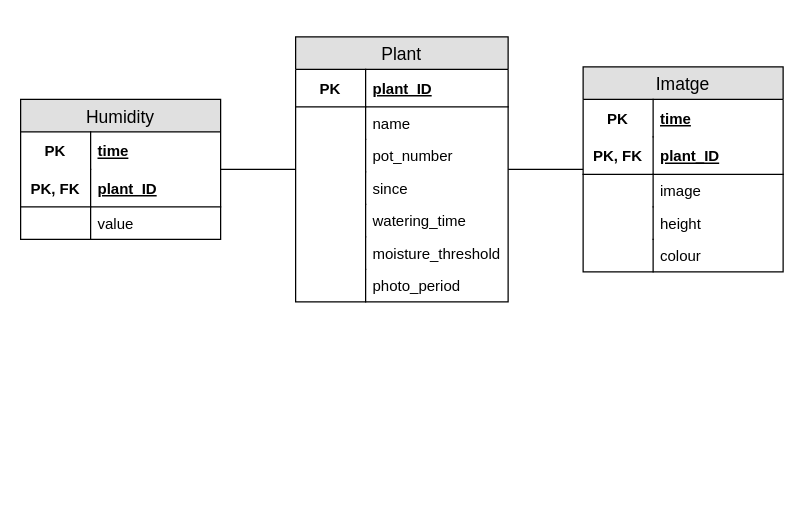
This is Diagrams/DB_ModelRelacional_v2.drawio from gerardPlanella/WeePlant, a draw.io file, before an edit. Source tidied: cells renumbered, new cells numbered last; positions are measured from the earlier drawing's top-left corner, leaving out a move shared by most shapes. Both pictures are drawn from the tidied source at 125%, with x=0, y=0 at pixel (20, 36).
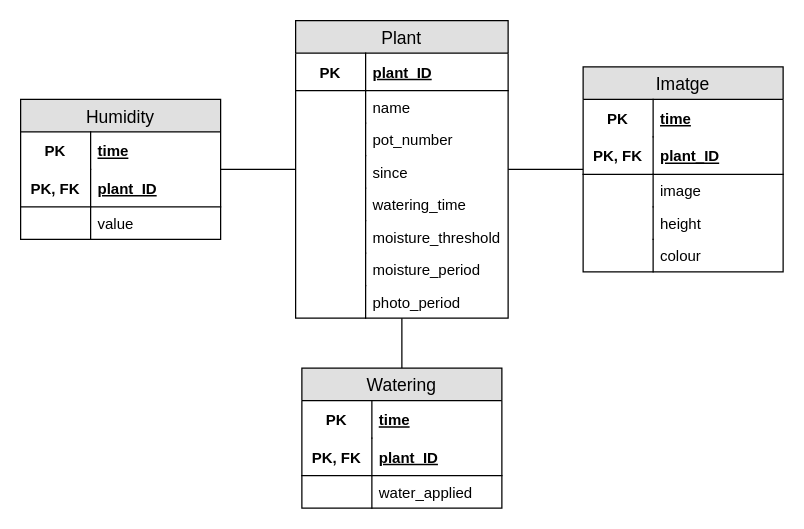
Above is the later version.

Diff of the diagram source:
```diff
@@
     <mxCell id="22" value="Plant" style="swimlane;fontStyle=0;horizontal=1;startSize=26;fillColor=#e0e0e0;swimlaneFillColor=#ffffff;align=center;fontSize=14;" parent="1" vertex="1">
-      <mxGeometry x="220" width="170" height="212" as="geometry" />
+      <mxGeometry x="220" y="-13" width="170" height="238" as="geometry" />
     </mxCell>
@@
+    <mxCell id="37" value="moisture_period" style="shape=partialRectangle;top=0;left=0;right=0;bottom=0;align=left;verticalAlign=top;fillColor=none;spacingLeft=60;spacingRight=4;overflow=hidden;fontSize=12;" parent="22" vertex="1">
+      <mxGeometry y="186" width="170" height="26" as="geometry" />
+    </mxCell>
+    <mxCell id="38" style="shape=partialRectangle;top=0;left=0;bottom=0;fillColor=none;align=left;verticalAlign=top;spacingLeft=4;spacingRight=4;overflow=hidden;fontSize=12;" parent="37" vertex="1">
+      <mxGeometry width="56" height="26" as="geometry" />
+    </mxCell>
     <mxCell id="35" value="photo_period" style="shape=partialRectangle;top=0;left=0;right=0;bottom=0;align=left;verticalAlign=top;fillColor=none;spacingLeft=60;spacingRight=4;overflow=hidden;fontSize=12;" parent="22" vertex="1">
-      <mxGeometry y="186" width="170" height="26" as="geometry" />
+      <mxGeometry y="212" width="170" height="26" as="geometry" />
     </mxCell>
@@
+    <mxCell id="39" style="edgeStyle=orthogonalEdgeStyle;rounded=0;jettySize=auto;html=1;exitX=0.5;exitY=0;exitDx=0;exitDy=0;endArrow=none;endFill=0;" parent="1" edge="1" source="40" target="22">
+      <mxGeometry relative="1" as="geometry" />
+    </mxCell>
+    <mxCell id="40" value="Watering" style="swimlane;fontStyle=0;horizontal=1;startSize=26;fillColor=#e0e0e0;swimlaneFillColor=#ffffff;align=center;fontSize=14;" parent="1" vertex="1">
+      <mxGeometry x="225" y="265" width="160" height="112" as="geometry" />
+    </mxCell>
+    <mxCell id="41" value="time" style="shape=partialRectangle;top=0;left=0;right=0;bottom=0;align=left;verticalAlign=middle;fillColor=none;spacingLeft=60;spacingRight=4;overflow=hidden;fontStyle=5;fontSize=12;" parent="40" vertex="1">
+      <mxGeometry y="26" width="160" height="30" as="geometry" />
+    </mxCell>
+    <mxCell id="42" value="PK" style="shape=partialRectangle;fontStyle=1;top=0;left=0;bottom=0;fillColor=none;align=center;verticalAlign=middle;spacingLeft=4;spacingRight=4;overflow=hidden;fontSize=12;" parent="41" vertex="1">
+      <mxGeometry width="56" height="30" as="geometry" />
+    </mxCell>
+    <mxCell id="43" value="plant_ID" style="shape=partialRectangle;top=0;left=0;right=0;bottom=1;align=left;verticalAlign=middle;fillColor=none;spacingLeft=60;spacingRight=4;overflow=hidden;fontStyle=5;fontSize=12;" parent="40" vertex="1">
+      <mxGeometry y="56" width="160" height="30" as="geometry" />
+    </mxCell>
+    <mxCell id="44" value="PK, FK" style="shape=partialRectangle;fontStyle=1;top=0;left=0;bottom=0;fillColor=none;align=center;verticalAlign=middle;spacingLeft=4;spacingRight=4;overflow=hidden;fontSize=12;" parent="43" vertex="1">
+      <mxGeometry width="56" height="30" as="geometry" />
+    </mxCell>
+    <mxCell id="45" value="water_applied" style="shape=partialRectangle;top=0;left=0;right=0;bottom=0;align=left;verticalAlign=top;fillColor=none;spacingLeft=60;spacingRight=4;overflow=hidden;fontSize=12;" parent="40" vertex="1">
+      <mxGeometry y="86" width="160" height="26" as="geometry" />
+    </mxCell>
+    <mxCell id="46" style="shape=partialRectangle;top=0;left=0;bottom=0;fillColor=none;align=left;verticalAlign=top;spacingLeft=4;spacingRight=4;overflow=hidden;fontSize=12;" parent="45" vertex="1">
+      <mxGeometry width="56" height="26" as="geometry" />
+    </mxCell>
```
